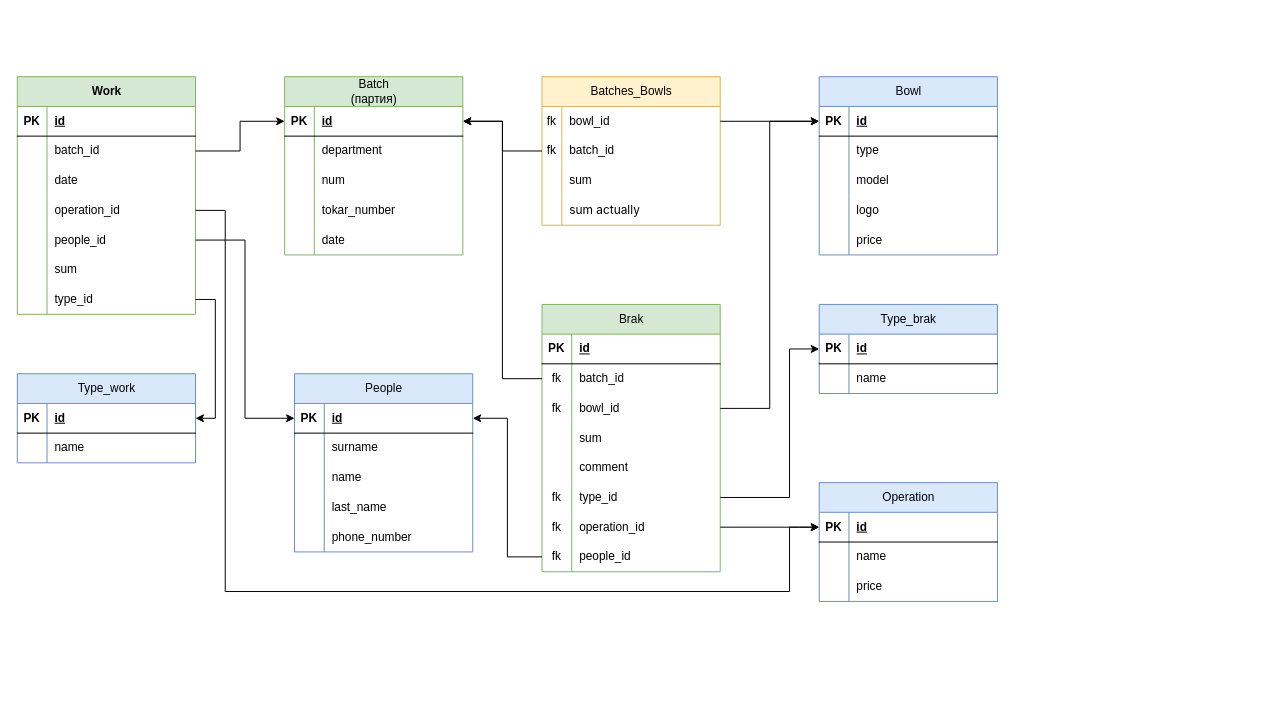
Before: CosmoCRM.drawio in OGdanik/db_diagrams, a draw.io diagram. Source tidied: cells renumbered, new cells numbered last; positions are measured from the earlier drawing's top-left corner, leaving out a move shared by most shapes. Both pictures are drawn from the tidied source at 99%, with x=0, y=0 at pixel (17, 76).
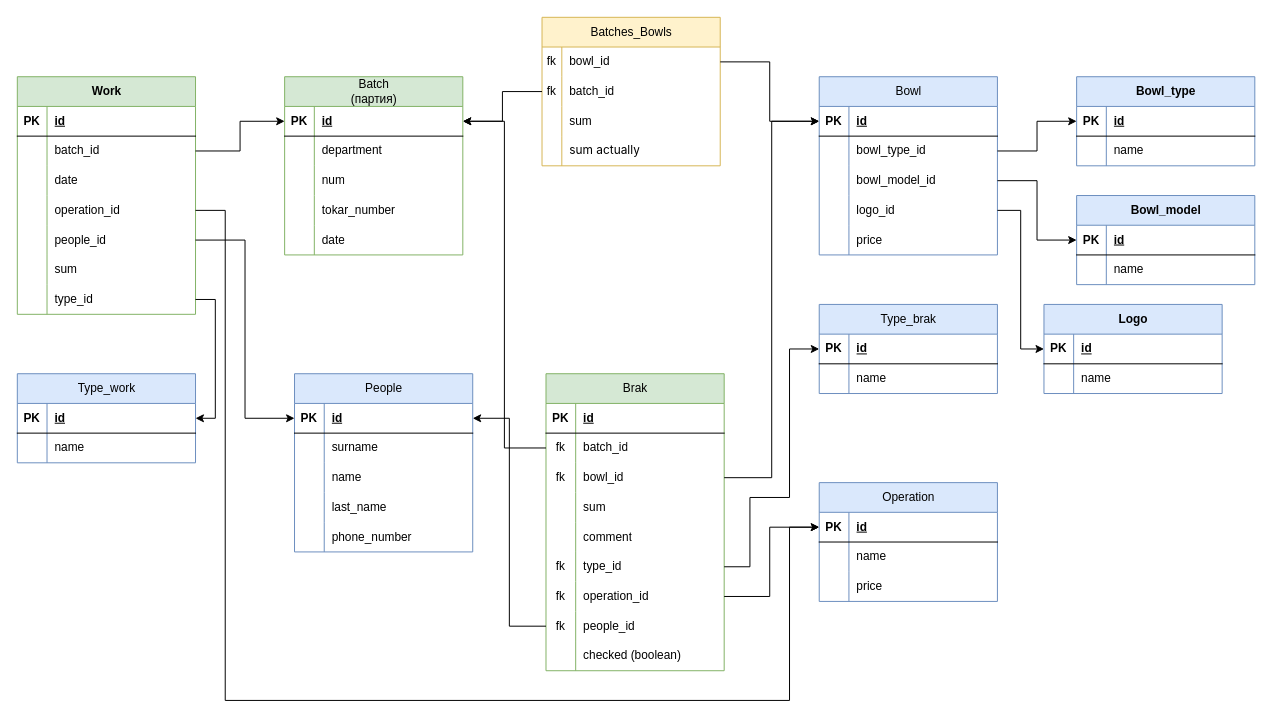
Above is the later version.

The change refers to these unchanged cells:
```xml
<mxCell id="35" style="shape=tableRow;horizontal=0;startSize=0;swimlaneHead=0;swimlaneBody=0;fillColor=none;points=[[0,0.5],[1,0.5]];portConstraint=eastwest;top=0;left=0;right=0;bottom=0;" parent="31" vertex="1">
  <mxGeometry y="60" width="180" height="30" as="geometry" />
</mxCell>
<mxCell id="38" style="shape=tableRow;horizontal=0;startSize=0;swimlaneHead=0;swimlaneBody=0;fillColor=none;points=[[0,0.5],[1,0.5]];portConstraint=eastwest;top=0;left=0;right=0;bottom=0;" parent="31" vertex="1">
  <mxGeometry y="90" width="180" height="30" as="geometry" />
</mxCell>
<mxCell id="41" style="shape=tableRow;horizontal=0;startSize=0;swimlaneHead=0;swimlaneBody=0;fillColor=none;points=[[0,0.5],[1,0.5]];portConstraint=eastwest;top=0;left=0;right=0;bottom=0;" parent="31" vertex="1">
  <mxGeometry y="120" width="180" height="30" as="geometry" />
</mxCell>
<mxCell id="65" style="shape=tableRow;horizontal=0;startSize=0;swimlaneHead=0;swimlaneBody=0;fillColor=none;points=[[0,0.5],[1,0.5]];portConstraint=eastwest;top=0;left=0;right=0;bottom=0;" parent="49" vertex="1">
  <mxGeometry y="180" width="180" height="30" as="geometry" />
</mxCell>
<mxCell id="68" style="shape=tableRow;horizontal=0;startSize=0;swimlaneHead=0;swimlaneBody=0;fillColor=none;points=[[0,0.5],[1,0.5]];portConstraint=eastwest;top=0;left=0;right=0;bottom=0;" parent="49" vertex="1">
  <mxGeometry y="210" width="180" height="30" as="geometry" />
</mxCell>
<mxCell id="77" style="shape=tableRow;horizontal=0;startSize=0;swimlaneHead=0;swimlaneBody=0;fillColor=none;points=[[0,0.5],[1,0.5]];portConstraint=eastwest;top=0;left=0;right=0;bottom=1;" parent="76" vertex="1">
  <mxGeometry y="30" width="180" height="30" as="geometry" />
</mxCell>
<mxCell id="88" style="shape=tableRow;horizontal=0;startSize=0;swimlaneHead=0;swimlaneBody=0;fillColor=none;points=[[0,0.5],[1,0.5]];portConstraint=eastwest;top=0;left=0;right=0;bottom=1;" parent="87" vertex="1">
  <mxGeometry y="30" width="180" height="30" as="geometry" />
</mxCell>
<mxCell id="105" style="shape=tableRow;horizontal=0;startSize=0;swimlaneHead=0;swimlaneBody=0;fillColor=none;points=[[0,0.5],[1,0.5]];portConstraint=eastwest;top=0;left=0;right=0;bottom=1;" parent="104" vertex="1">
  <mxGeometry y="30" width="180" height="30" as="geometry" />
</mxCell>
<mxCell id="122" style="shape=tableRow;horizontal=0;startSize=0;swimlaneHead=0;swimlaneBody=0;fillColor=none;points=[[0,0.5],[1,0.5]];portConstraint=eastwest;top=0;left=0;right=0;bottom=0;" parent="112" vertex="1">
  <mxGeometry y="120" width="180" height="30" as="geometry" />
</mxCell>
```

Change to the diagram source:
```diff
@@
     <mxCell id="18" value="&lt;span style=&quot;font-weight: 400; text-wrap: wrap;&quot;&gt;Batches_Bowls&lt;/span&gt;" style="shape=table;startSize=30;childLayout=tableLayout;rowLines=0;fontStyle=1;align=center;html=1;fillColor=#fff2cc;strokeColor=#d6b656;" parent="1" vertex="1">
-      <mxGeometry x="530" width="180" height="150" as="geometry" />
+      <mxGeometry x="530" y="-60" width="180" height="150" as="geometry" />
     </mxCell>
@@
-    <mxCell id="37" value="type" style="shape=partialRectangle;fillColor=none;top=0;left=0;bottom=0;right=0;align=left;spacingLeft=6;overflow=hidden;whiteSpace=wrap;html=1;" parent="35" vertex="1">
+    <mxCell id="37" value="bowl_type_id" style="shape=partialRectangle;fillColor=none;top=0;left=0;bottom=0;right=0;align=left;spacingLeft=6;overflow=hidden;whiteSpace=wrap;html=1;" parent="35" vertex="1">
       <mxGeometry x="30" width="150" height="30" as="geometry" />
     </mxCell>
@@
-    <mxCell id="40" value="model" style="shape=partialRectangle;fillColor=none;top=0;left=0;bottom=0;right=0;align=left;spacingLeft=6;overflow=hidden;whiteSpace=wrap;html=1;" parent="38" vertex="1">
+    <mxCell id="40" value="bowl_model_id" style="shape=partialRectangle;fillColor=none;top=0;left=0;bottom=0;right=0;align=left;spacingLeft=6;overflow=hidden;whiteSpace=wrap;html=1;" parent="38" vertex="1">
       <mxGeometry x="30" width="150" height="30" as="geometry" />
     </mxCell>
@@
-    <mxCell id="43" value="logo" style="shape=partialRectangle;fillColor=none;top=0;left=0;bottom=0;right=0;align=left;spacingLeft=6;overflow=hidden;whiteSpace=wrap;html=1;" parent="41" vertex="1">
+    <mxCell id="43" value="logo_id" style="shape=partialRectangle;fillColor=none;top=0;left=0;bottom=0;right=0;align=left;spacingLeft=6;overflow=hidden;whiteSpace=wrap;html=1;" parent="41" vertex="1">
       <mxGeometry x="30" width="150" height="30" as="geometry" />
     </mxCell>
@@
     <mxCell id="49" value="&lt;span style=&quot;font-weight: 400; text-wrap: wrap;&quot;&gt;Brak&lt;/span&gt;" style="shape=table;startSize=30;childLayout=tableLayout;rowLines=0;fontStyle=1;align=center;html=1;fillColor=#d5e8d4;strokeColor=#82b366;" parent="1" vertex="1">
-      <mxGeometry x="530" y="230" width="180" height="270" as="geometry" />
+      <mxGeometry x="534" y="300" width="180" height="300" as="geometry" />
     </mxCell>
@@
+    <mxCell id="145" style="shape=tableRow;horizontal=0;startSize=0;swimlaneHead=0;swimlaneBody=0;fillColor=none;points=[[0,0.5],[1,0.5]];portConstraint=eastwest;top=0;left=0;right=0;bottom=0;" parent="49" vertex="1">
+      <mxGeometry y="240" width="180" height="30" as="geometry" />
+    </mxCell>
+    <mxCell id="146" value="fk" style="shape=partialRectangle;fillColor=none;top=0;left=0;bottom=0;right=0;overflow=hidden;whiteSpace=wrap;html=1;" parent="145" vertex="1">
+      <mxGeometry width="30" height="30" as="geometry" />
+    </mxCell>
+    <mxCell id="147" value="people_id" style="shape=partialRectangle;fillColor=none;top=0;left=0;bottom=0;right=0;align=left;spacingLeft=6;overflow=hidden;whiteSpace=wrap;html=1;" parent="145" vertex="1">
+      <mxGeometry x="30" width="150" height="30" as="geometry" />
+    </mxCell>
     <mxCell id="71" style="shape=tableRow;horizontal=0;startSize=0;swimlaneHead=0;swimlaneBody=0;fillColor=none;points=[[0,0.5],[1,0.5]];portConstraint=eastwest;top=0;left=0;right=0;bottom=0;" parent="49" vertex="1">
-      <mxGeometry y="240" width="180" height="30" as="geometry" />
+      <mxGeometry y="270" width="180" height="30" as="geometry" />
     </mxCell>
-    <mxCell id="72" value="fk" style="shape=partialRectangle;fillColor=none;top=0;left=0;bottom=0;right=0;overflow=hidden;whiteSpace=wrap;html=1;" parent="71" vertex="1">
+    <mxCell id="72" style="shape=partialRectangle;fillColor=none;top=0;left=0;bottom=0;right=0;overflow=hidden;whiteSpace=wrap;html=1;" parent="71" vertex="1">
       <mxGeometry width="30" height="30" as="geometry" />
     </mxCell>
-    <mxCell id="73" value="people_id" style="shape=partialRectangle;fillColor=none;top=0;left=0;bottom=0;right=0;align=left;spacingLeft=6;overflow=hidden;whiteSpace=wrap;html=1;" parent="71" vertex="1">
+    <mxCell id="73" value="checked (boolean)" style="shape=partialRectangle;fillColor=none;top=0;left=0;bottom=0;right=0;align=left;spacingLeft=6;overflow=hidden;whiteSpace=wrap;html=1;" parent="71" vertex="1">
       <mxGeometry x="30" width="150" height="30" as="geometry" />
     </mxCell>
@@
     <mxCell id="86" style="edgeStyle=orthogonalEdgeStyle;rounded=0;jettySize=auto;html=1;exitX=1;exitY=0.5;exitDx=0;exitDy=0;entryX=0;entryY=0.5;entryDx=0;entryDy=0;" parent="1" edge="1" source="68" target="77">
       <mxGeometry relative="1" as="geometry">
         <Array as="points">
-          <mxPoint x="790" y="455" />
-          <mxPoint x="790" y="455" />
+          <mxPoint x="760" y="525" />
+          <mxPoint x="760" y="455" />
         </Array>
       </mxGeometry>
     </mxCell>
@@
-    <mxCell id="103" style="edgeStyle=orthogonalEdgeStyle;rounded=0;jettySize=auto;html=1;exitX=0;exitY=0.5;exitDx=0;exitDy=0;entryX=1;entryY=0.5;entryDx=0;entryDy=0;" parent="1" edge="1" source="71" target="88">
+    <mxCell id="103" style="edgeStyle=orthogonalEdgeStyle;rounded=0;jettySize=auto;html=1;exitX=0;exitY=0.5;exitDx=0;exitDy=0;entryX=1;entryY=0.5;entryDx=0;entryDy=0;" parent="1" edge="1" source="145" target="88">
       <mxGeometry relative="1" as="geometry" />
     </mxCell>
@@
     <mxCell id="111" style="edgeStyle=orthogonalEdgeStyle;rounded=0;jettySize=auto;html=1;entryX=0;entryY=0.5;entryDx=0;entryDy=0;exitX=1;exitY=0.5;exitDx=0;exitDy=0;" parent="1" edge="1" source="65" target="105">
       <mxGeometry relative="1" as="geometry">
         <Array as="points">
+          <mxPoint x="740" y="495" />
+          <mxPoint x="740" y="425" />
           <mxPoint x="780" y="425" />
           <mxPoint x="780" y="275" />
         </Array>
       </mxGeometry>
     </mxCell>
@@
     <mxCell id="135" style="edgeStyle=orthogonalEdgeStyle;rounded=0;jettySize=auto;html=1;entryX=0;entryY=0.5;entryDx=0;entryDy=0;exitX=1;exitY=0.5;exitDx=0;exitDy=0;" parent="1" edge="1" source="122" target="77">
       <mxGeometry relative="1" as="geometry">
         <Array as="points">
           <mxPoint x="210" y="135" />
-          <mxPoint x="210" y="520" />
-          <mxPoint x="780" y="520" />
+          <mxPoint x="210" y="630" />
+          <mxPoint x="780" y="630" />
           <mxPoint x="780" y="455" />
         </Array>
       </mxGeometry>
     </mxCell>
@@
+    <mxCell id="148" value="Bowl_type" style="shape=table;startSize=30;childLayout=tableLayout;rowLines=0;fontStyle=1;align=center;html=1;fillColor=#dae8fc;strokeColor=#6c8ebf;" parent="1" vertex="1">
+      <mxGeometry x="1070" width="180" height="90" as="geometry" />
+    </mxCell>
+    <mxCell id="149" style="shape=tableRow;horizontal=0;startSize=0;swimlaneHead=0;swimlaneBody=0;fillColor=none;points=[[0,0.5],[1,0.5]];portConstraint=eastwest;top=0;left=0;right=0;bottom=1;" parent="148" vertex="1">
+      <mxGeometry y="30" width="180" height="30" as="geometry" />
+    </mxCell>
+    <mxCell id="150" value="PK" style="shape=partialRectangle;fillColor=none;top=0;left=0;bottom=0;right=0;fontStyle=1;overflow=hidden;whiteSpace=wrap;html=1;" parent="149" vertex="1">
+      <mxGeometry width="30" height="30" as="geometry" />
+    </mxCell>
+    <mxCell id="151" value="id" style="shape=partialRectangle;fillColor=none;top=0;left=0;bottom=0;right=0;align=left;spacingLeft=6;fontStyle=5;overflow=hidden;whiteSpace=wrap;html=1;" parent="149" vertex="1">
+      <mxGeometry x="30" width="150" height="30" as="geometry" />
+    </mxCell>
+    <mxCell id="152" style="shape=tableRow;horizontal=0;startSize=0;swimlaneHead=0;swimlaneBody=0;fillColor=none;top=0;left=0;right=0;bottom=0;" parent="148" vertex="1">
+      <mxGeometry y="60" width="180" height="30" as="geometry" />
+    </mxCell>
+    <mxCell id="153" style="shape=partialRectangle;fillColor=none;top=0;left=0;bottom=0;right=0;overflow=hidden;whiteSpace=wrap;html=1;" parent="152" vertex="1">
+      <mxGeometry width="30" height="30" as="geometry" />
+    </mxCell>
+    <mxCell id="154" value="name" style="shape=partialRectangle;fillColor=none;top=0;left=0;bottom=0;right=0;align=left;spacingLeft=6;overflow=hidden;whiteSpace=wrap;html=1;" parent="152" vertex="1">
+      <mxGeometry x="30" width="150" height="30" as="geometry" />
+    </mxCell>
+    <mxCell id="155" style="edgeStyle=orthogonalEdgeStyle;rounded=0;jettySize=auto;html=1;" parent="1" edge="1" source="35" target="149">
+      <mxGeometry relative="1" as="geometry" />
+    </mxCell>
+    <mxCell id="156" value="Bowl_model" style="shape=table;startSize=30;childLayout=tableLayout;rowLines=0;fontStyle=1;align=center;html=1;fillColor=#dae8fc;strokeColor=#6c8ebf;" parent="1" vertex="1">
+      <mxGeometry x="1070" y="120" width="180" height="90" as="geometry" />
+    </mxCell>
+    <mxCell id="157" style="shape=tableRow;horizontal=0;startSize=0;swimlaneHead=0;swimlaneBody=0;fillColor=none;points=[[0,0.5],[1,0.5]];portConstraint=eastwest;top=0;left=0;right=0;bottom=1;" parent="156" vertex="1">
+      <mxGeometry y="30" width="180" height="30" as="geometry" />
+    </mxCell>
+    <mxCell id="158" value="PK" style="shape=partialRectangle;fillColor=none;top=0;left=0;bottom=0;right=0;fontStyle=1;overflow=hidden;whiteSpace=wrap;html=1;" parent="157" vertex="1">
+      <mxGeometry width="30" height="30" as="geometry" />
+    </mxCell>
+    <mxCell id="159" value="id" style="shape=partialRectangle;fillColor=none;top=0;left=0;bottom=0;right=0;align=left;spacingLeft=6;fontStyle=5;overflow=hidden;whiteSpace=wrap;html=1;" parent="157" vertex="1">
+      <mxGeometry x="30" width="150" height="30" as="geometry" />
+    </mxCell>
+    <mxCell id="160" style="shape=tableRow;horizontal=0;startSize=0;swimlaneHead=0;swimlaneBody=0;fillColor=none;top=0;left=0;right=0;bottom=0;" parent="156" vertex="1">
+      <mxGeometry y="60" width="180" height="30" as="geometry" />
+    </mxCell>
+    <mxCell id="161" style="shape=partialRectangle;fillColor=none;top=0;left=0;bottom=0;right=0;overflow=hidden;whiteSpace=wrap;html=1;" parent="160" vertex="1">
+      <mxGeometry width="30" height="30" as="geometry" />
+    </mxCell>
+    <mxCell id="162" value="name" style="shape=partialRectangle;fillColor=none;top=0;left=0;bottom=0;right=0;align=left;spacingLeft=6;overflow=hidden;whiteSpace=wrap;html=1;" parent="160" vertex="1">
+      <mxGeometry x="30" width="150" height="30" as="geometry" />
+    </mxCell>
+    <mxCell id="163" style="edgeStyle=orthogonalEdgeStyle;rounded=0;jettySize=auto;html=1;entryX=0;entryY=0.5;entryDx=0;entryDy=0;" parent="1" edge="1" source="38" target="157">
+      <mxGeometry relative="1" as="geometry" />
+    </mxCell>
+    <mxCell id="164" value="Logo" style="shape=table;startSize=30;childLayout=tableLayout;rowLines=0;fontStyle=1;align=center;html=1;fillColor=#dae8fc;strokeColor=#6c8ebf;" parent="1" vertex="1">
+      <mxGeometry x="1037" y="230" width="180" height="90" as="geometry" />
+    </mxCell>
+    <mxCell id="165" style="shape=tableRow;horizontal=0;startSize=0;swimlaneHead=0;swimlaneBody=0;fillColor=none;points=[[0,0.5],[1,0.5]];portConstraint=eastwest;top=0;left=0;right=0;bottom=1;" parent="164" vertex="1">
+      <mxGeometry y="30" width="180" height="30" as="geometry" />
+    </mxCell>
+    <mxCell id="166" value="PK" style="shape=partialRectangle;fillColor=none;top=0;left=0;bottom=0;right=0;fontStyle=1;overflow=hidden;whiteSpace=wrap;html=1;" parent="165" vertex="1">
+      <mxGeometry width="30" height="30" as="geometry" />
+    </mxCell>
+    <mxCell id="167" value="id" style="shape=partialRectangle;fillColor=none;top=0;left=0;bottom=0;right=0;align=left;spacingLeft=6;fontStyle=5;overflow=hidden;whiteSpace=wrap;html=1;" parent="165" vertex="1">
+      <mxGeometry x="30" width="150" height="30" as="geometry" />
+    </mxCell>
+    <mxCell id="168" style="shape=tableRow;horizontal=0;startSize=0;swimlaneHead=0;swimlaneBody=0;fillColor=none;top=0;left=0;right=0;bottom=0;" parent="164" vertex="1">
+      <mxGeometry y="60" width="180" height="30" as="geometry" />
+    </mxCell>
+    <mxCell id="169" style="shape=partialRectangle;fillColor=none;top=0;left=0;bottom=0;right=0;overflow=hidden;whiteSpace=wrap;html=1;" parent="168" vertex="1">
+      <mxGeometry width="30" height="30" as="geometry" />
+    </mxCell>
+    <mxCell id="170" value="name" style="shape=partialRectangle;fillColor=none;top=0;left=0;bottom=0;right=0;align=left;spacingLeft=6;overflow=hidden;whiteSpace=wrap;html=1;" parent="168" vertex="1">
+      <mxGeometry x="30" width="150" height="30" as="geometry" />
+    </mxCell>
+    <mxCell id="171" style="edgeStyle=orthogonalEdgeStyle;rounded=0;jettySize=auto;html=1;entryX=0;entryY=0.5;entryDx=0;entryDy=0;" parent="1" edge="1" source="41" target="165">
+      <mxGeometry relative="1" as="geometry" />
+    </mxCell>
```
